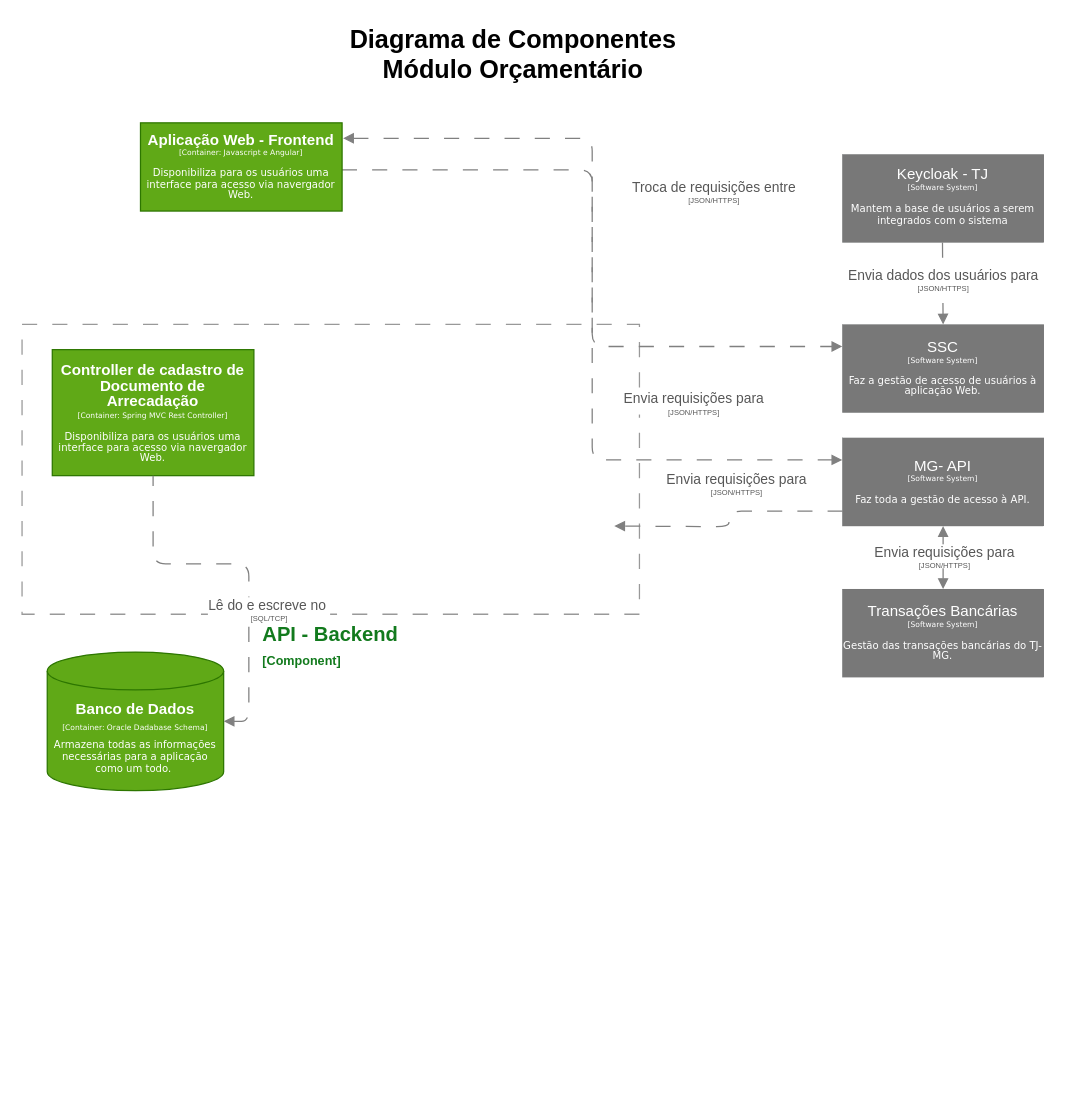
vitorecdias/drawio keeps this draw.io diagram as drawio/Diagrama Components v1.drawio. Above is the earlier version. Source tidied: cells renumbered, new cells numbered last; positions are measured from the earlier drawing's top-left corner, leaving out a move shared by most shapes. Both pictures are drawn from the tidied source at 126%, with x=0, y=0 at pixel (21, 21).
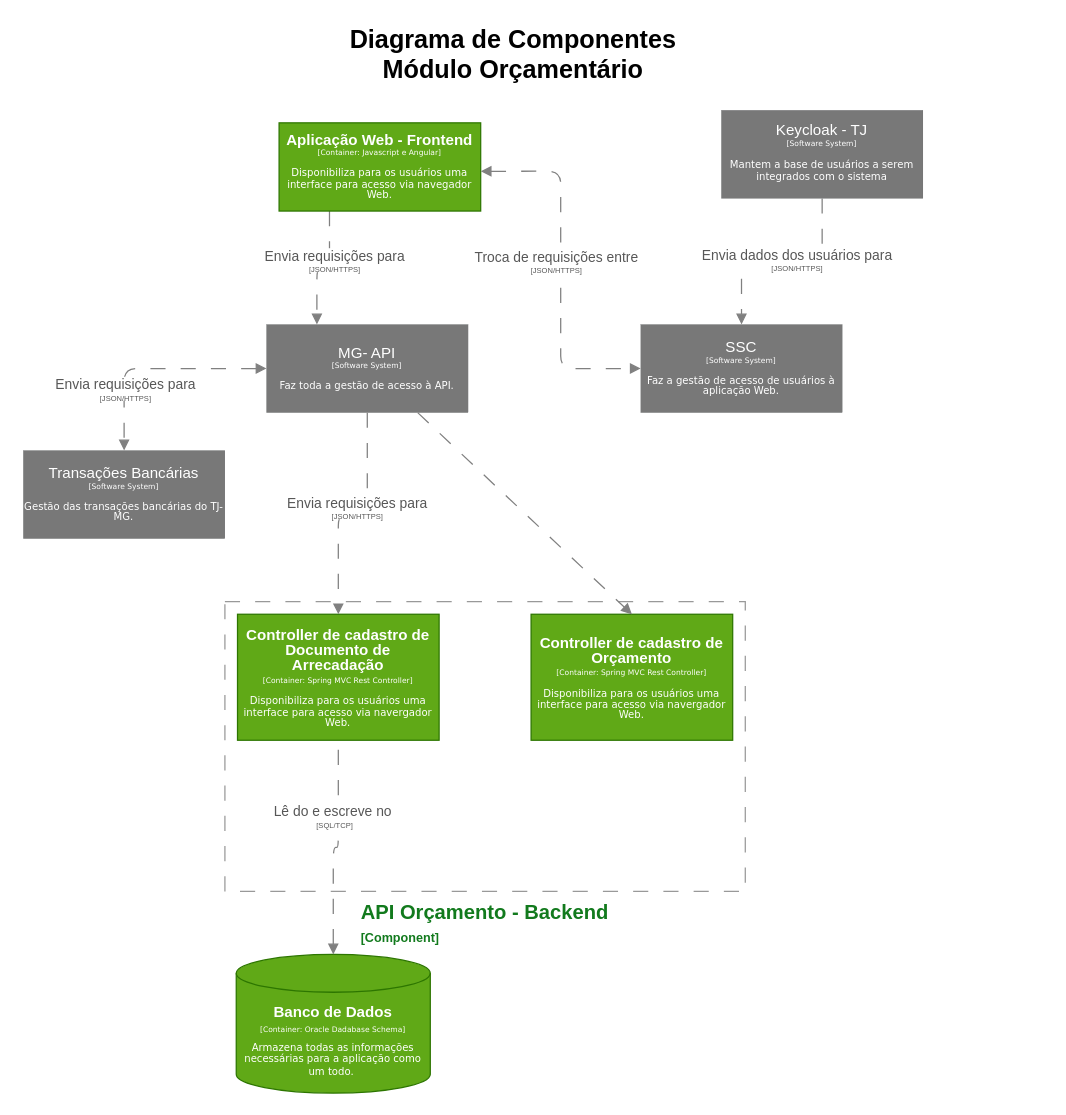
The same diagram, later.

Diff of the diagram source:
```diff
@@
-    <mxCell id="3" value="&lt;font style=&quot;color: rgb(18, 122, 29);&quot;&gt;API - Backend&lt;br&gt;&lt;/font&gt;&lt;div style=&quot;text-align: left;&quot;&gt;&lt;span style=&quot;font-size: 10px; background-color: transparent;&quot;&gt;&lt;font style=&quot;color: rgb(18, 122, 29);&quot;&gt;[Component]&lt;/font&gt;&lt;/span&gt;&lt;/div&gt;" style="rounded=0;whiteSpace=wrap;html=1;imageVerticalAlign=middle;labelPosition=center;verticalLabelPosition=bottom;align=center;verticalAlign=top;fontSize=16;fontStyle=1;fillColor=none;dashed=1;dashPattern=12 12;strokeColor=#999999;" parent="1" vertex="1">
-      <mxGeometry y="240" width="490" height="230" as="geometry" />
+    <mxCell id="3" value="&lt;font style=&quot;color: rgb(18, 122, 29);&quot;&gt;API Orçamento - Backend&lt;br&gt;&lt;/font&gt;&lt;div style=&quot;text-align: left;&quot;&gt;&lt;span style=&quot;font-size: 10px; background-color: transparent;&quot;&gt;&lt;font style=&quot;color: rgb(18, 122, 29);&quot;&gt;[Component]&lt;/font&gt;&lt;/span&gt;&lt;/div&gt;" style="rounded=0;whiteSpace=wrap;html=1;imageVerticalAlign=middle;labelPosition=center;verticalLabelPosition=bottom;align=center;verticalAlign=top;fontSize=16;fontStyle=1;fillColor=none;dashed=1;dashPattern=12 12;strokeColor=#999999;" parent="1" vertex="1">
+      <mxGeometry x="161" y="460" width="413" height="230" as="geometry" />
     </mxCell>
-    <mxCell id="4" style="edgeStyle=orthogonalEdgeStyle;rounded=1;jettySize=auto;html=1;curved=0;strokeColor=light-dark(#808080, #ededed);dashed=1;dashPattern=12 12;entryX=0;entryY=0.25;entryDx=0;entryDy=0;endArrow=block;endFill=1;exitX=0.999;exitY=0.534;exitDx=0;exitDy=0;exitPerimeter=0;" parent="1" edge="1" source="6" target="10">
+    <mxCell id="4" style="edgeStyle=orthogonalEdgeStyle;rounded=1;jettySize=auto;html=1;curved=0;strokeColor=light-dark(#808080, #ededed);dashed=1;dashPattern=12 12;entryX=0.25;entryY=0;entryDx=0;entryDy=0;endArrow=block;endFill=1;exitX=0.25;exitY=1;exitDx=0;exitDy=0;" parent="1" edge="1" source="6" target="10">
       <mxGeometry relative="1" as="geometry" />
     </mxCell>
     <mxCell id="5" value="&lt;font style=&quot;color: rgb(87, 87, 87); line-height: 50%;&quot;&gt;Envia requisições para&lt;/font&gt;&lt;div style=&quot;line-height: 50%;&quot;&gt;&lt;font style=&quot;font-size: 6px; color: rgb(87, 87, 87); line-height: 50%;&quot;&gt;[JSON/HTTPS]&lt;/font&gt;&lt;/div&gt;" style="edgeLabel;html=1;align=center;verticalAlign=middle;" parent="4" vertex="1">
       <mxGeometry x="-0.14" relative="1" as="geometry">
-        <mxPoint x="80" y="113" as="offset" />
+        <mxPoint x="3" y="-5" as="offset" />
       </mxGeometry>
     </mxCell>
-    <mxCell id="6" value="&lt;div style=&quot;line-height: 70%;&quot;&gt;&lt;font&gt;&lt;b&gt;Aplicação Web - Frontend&lt;/b&gt;&lt;/font&gt;&lt;div&gt;&lt;font face=&quot;Verdana&quot; style=&quot;font-size: 6px; line-height: 70%;&quot;&gt;[Container: Javascript e Angular]&lt;/font&gt;&lt;/div&gt;&lt;div&gt;&lt;font face=&quot;Verdana&quot; style=&quot;font-size: 6px; line-height: 70%;&quot;&gt;&lt;br&gt;&lt;/font&gt;&lt;/div&gt;&lt;div&gt;&lt;font face=&quot;Verdana&quot; style=&quot;line-height: 70%; font-size: 8px;&quot;&gt;Disponibiliza para os usuários uma interface para acesso via navergador Web.&lt;/font&gt;&lt;/div&gt;&lt;/div&gt;" style="rounded=0;whiteSpace=wrap;html=1;fillColor=#60a917;fontColor=#ffffff;strokeColor=#2D7600;" parent="1" vertex="1">
-      <mxGeometry x="94" y="80" width="160" height="70" as="geometry" />
+    <mxCell id="6" value="&lt;div style=&quot;line-height: 70%;&quot;&gt;&lt;font&gt;&lt;b&gt;Aplicação Web - Frontend&lt;/b&gt;&lt;/font&gt;&lt;div&gt;&lt;font face=&quot;Verdana&quot; style=&quot;font-size: 6px; line-height: 70%;&quot;&gt;[Container: Javascript e Angular]&lt;/font&gt;&lt;/div&gt;&lt;div&gt;&lt;font face=&quot;Verdana&quot; style=&quot;font-size: 6px; line-height: 70%;&quot;&gt;&lt;br&gt;&lt;/font&gt;&lt;/div&gt;&lt;div&gt;&lt;font face=&quot;Verdana&quot; style=&quot;line-height: 70%; font-size: 8px;&quot;&gt;Disponibiliza para os usuários uma interface para acesso via navegador Web.&lt;/font&gt;&lt;/div&gt;&lt;/div&gt;" style="rounded=0;whiteSpace=wrap;html=1;fillColor=#60a917;fontColor=#ffffff;strokeColor=#2D7600;" parent="1" vertex="1">
+      <mxGeometry x="204" y="80" width="160" height="70" as="geometry" />
     </mxCell>
     <mxCell id="7" value="&lt;div style=&quot;line-height: 70%;&quot;&gt;&lt;b style=&quot;line-height: 100%;&quot;&gt;Controller de cadastro de Documento de Arrecadação&lt;/b&gt;&lt;br&gt;&lt;div&gt;&lt;font face=&quot;Verdana&quot; style=&quot;font-size: 6px; line-height: 70%;&quot;&gt;[Container: Spring MVC Rest Controller]&lt;/font&gt;&lt;/div&gt;&lt;div&gt;&lt;font face=&quot;Verdana&quot; style=&quot;font-size: 6px; line-height: 70%;&quot;&gt;&lt;br&gt;&lt;/font&gt;&lt;/div&gt;&lt;div&gt;&lt;font face=&quot;Verdana&quot; style=&quot;line-height: 70%; font-size: 8px;&quot;&gt;Disponibiliza para os usuários uma interface para acesso via navergador Web.&lt;/font&gt;&lt;/div&gt;&lt;/div&gt;" style="rounded=0;whiteSpace=wrap;html=1;fillColor=#60a917;fontColor=#ffffff;strokeColor=#2D7600;" parent="1" vertex="1">
-      <mxGeometry x="24" y="260" width="160" height="100" as="geometry" />
+      <mxGeometry x="171" y="470" width="160" height="100" as="geometry" />
     </mxCell>
     <mxCell id="8" value="&lt;div style=&quot;line-height: 70%;&quot;&gt;SSC&lt;br&gt;&lt;div&gt;&lt;font style=&quot;font-size: 6px; line-height: 70%;&quot; face=&quot;Verdana&quot;&gt;[Software System]&lt;/font&gt;&lt;/div&gt;&lt;div&gt;&lt;font style=&quot;font-size: 6px; line-height: 70%;&quot; face=&quot;Verdana&quot;&gt;&lt;br&gt;&lt;/font&gt;&lt;/div&gt;&lt;div&gt;&lt;font style=&quot;line-height: 70%; font-size: 8px;&quot; face=&quot;Verdana&quot;&gt;Faz a gestão de acesso de usuários à aplicação Web.&lt;/font&gt;&lt;/div&gt;&lt;/div&gt;" style="rounded=0;whiteSpace=wrap;html=1;fillColor=light-dark(#787878, #515151);strokeColor=#36393d;fontColor=#FFFFFF;strokeWidth=0;" parent="1" vertex="1">
-      <mxGeometry x="651" y="240" width="160" height="70" as="geometry" />
+      <mxGeometry x="491" y="240" width="160" height="70" as="geometry" />
     </mxCell>
     <mxCell id="9" value="&lt;font style=&quot;line-height: 80%;&quot; face=&quot;Helvetica&quot;&gt;&lt;b&gt;Banco de Dados&lt;/b&gt;&lt;/font&gt;&lt;div style=&quot;line-height: 80%;&quot;&gt;&lt;font style=&quot;font-size: 6px; line-height: 80%;&quot; face=&quot;Verdana&quot;&gt;[Container: Oracle Dadabase Schema]&lt;/font&gt;&lt;/div&gt;&lt;div style=&quot;line-height: 40%;&quot;&gt;&lt;font style=&quot;font-size: 6px; line-height: 40%;&quot; face=&quot;Verdana&quot;&gt;&lt;br&gt;&lt;/font&gt;&lt;/div&gt;&lt;div style=&quot;line-height: 80%;&quot;&gt;&lt;font face=&quot;Verdana&quot; style=&quot;font-size: 8px; line-height: 80%;&quot;&gt;Armazena todas as informações necessárias para a aplicação como um todo.&amp;nbsp;&lt;/font&gt;&lt;/div&gt;" style="shape=cylinder3;whiteSpace=wrap;html=1;boundedLbl=1;backgroundOutline=1;size=15;fontColor=#ffffff;fillColor=#60a917;strokeColor=#2D7600;" parent="1" vertex="1">
-      <mxGeometry x="20" y="500" width="140" height="110" as="geometry" />
+      <mxGeometry x="170" y="740" width="154" height="110" as="geometry" />
     </mxCell>
     <mxCell id="10" value="&lt;div style=&quot;line-height: 70%;&quot;&gt;&lt;div&gt;&lt;font style=&quot;line-height: 70%;&quot;&gt;MG- API&lt;/font&gt;&lt;/div&gt;&lt;div&gt;&lt;font style=&quot;font-size: 6px; line-height: 70%;&quot; face=&quot;Verdana&quot;&gt;[Software System]&lt;/font&gt;&lt;/div&gt;&lt;div&gt;&lt;font style=&quot;font-size: 6px; line-height: 70%;&quot; face=&quot;Verdana&quot;&gt;&lt;br&gt;&lt;/font&gt;&lt;/div&gt;&lt;div&gt;&lt;font style=&quot;line-height: 70%; font-size: 8px;&quot; face=&quot;Verdana&quot;&gt;Faz toda a gestão de acesso à API.&lt;/font&gt;&lt;/div&gt;&lt;/div&gt;" style="rounded=0;whiteSpace=wrap;html=1;fillColor=light-dark(#787878, #515151);strokeColor=#36393d;fontColor=#FFFFFF;strokeWidth=0;" parent="1" vertex="1">
-      <mxGeometry x="651" y="330" width="160" height="70" as="geometry" />
+      <mxGeometry x="194" y="240" width="160" height="70" as="geometry" />
     </mxCell>
     <mxCell id="11" value="&lt;div style=&quot;line-height: 70%;&quot;&gt;&lt;div&gt;&lt;font style=&quot;line-height: 70%;&quot;&gt;Transações Bancárias&lt;/font&gt;&lt;/div&gt;&lt;div&gt;&lt;font style=&quot;font-size: 6px; line-height: 70%;&quot; face=&quot;Verdana&quot;&gt;[Software System]&lt;/font&gt;&lt;/div&gt;&lt;div&gt;&lt;font style=&quot;font-size: 6px; line-height: 70%;&quot; face=&quot;Verdana&quot;&gt;&lt;br&gt;&lt;/font&gt;&lt;/div&gt;&lt;div&gt;&lt;font style=&quot;line-height: 70%; font-size: 8px;&quot; face=&quot;Verdana&quot;&gt;Gestão das transações bancárias do TJ-MG.&lt;/font&gt;&lt;/div&gt;&lt;/div&gt;" style="rounded=0;whiteSpace=wrap;html=1;fillColor=light-dark(#787878, #515151);strokeColor=#36393d;fontColor=#FFFFFF;strokeWidth=0;" parent="1" vertex="1">
-      <mxGeometry x="651" y="450" width="160" height="70" as="geometry" />
+      <mxGeometry x="1" y="340" width="160" height="70" as="geometry" />
     </mxCell>
-    <mxCell id="12" style="edgeStyle=orthogonalEdgeStyle;rounded=1;jettySize=auto;html=1;curved=0;strokeColor=light-dark(#808080, #ededed);dashed=1;dashPattern=12 12;entryX=1;entryY=0.5;entryDx=0;entryDy=0;exitX=0.002;exitY=0.832;exitDx=0;exitDy=0;endArrow=block;endFill=1;exitPerimeter=0;" parent="1" edge="1" source="10">
-      <mxGeometry relative="1" as="geometry">
-        <mxPoint x="470" y="400" as="targetPoint" />
-      </mxGeometry>
+    <mxCell id="12" style="edgeStyle=orthogonalEdgeStyle;rounded=1;jettySize=auto;html=1;curved=0;strokeColor=light-dark(#808080, #ededed);dashed=1;dashPattern=12 12;exitX=0.5;exitY=1;exitDx=0;exitDy=0;endArrow=block;endFill=1;" parent="1" edge="1" source="10" target="7">
+      <mxGeometry relative="1" as="geometry" />
     </mxCell>
     <mxCell id="13" value="&lt;font style=&quot;color: rgb(87, 87, 87); line-height: 50%;&quot;&gt;Envia requisições para&lt;/font&gt;&lt;div style=&quot;line-height: 50%;&quot;&gt;&lt;font style=&quot;font-size: 6px; color: rgb(87, 87, 87); line-height: 50%;&quot;&gt;[JSON/HTTPS]&lt;/font&gt;&lt;/div&gt;" style="edgeLabel;html=1;align=center;verticalAlign=middle;" parent="12" vertex="1">
       <mxGeometry x="-0.14" relative="1" as="geometry">
-        <mxPoint x="-2" y="-23" as="offset" />
+        <mxPoint x="-9" y="-5" as="offset" />
       </mxGeometry>
     </mxCell>
-    <mxCell id="14" style="edgeStyle=orthogonalEdgeStyle;rounded=1;jettySize=auto;html=1;curved=0;strokeColor=light-dark(#808080, #ededed);dashed=1;dashPattern=12 12;entryX=0.5;entryY=0;entryDx=0;entryDy=0;exitX=0.5;exitY=1;exitDx=0;exitDy=0;endArrow=block;endFill=1;startArrow=block;startFill=1;" parent="1" edge="1" source="10" target="11">
+    <mxCell id="14" style="edgeStyle=orthogonalEdgeStyle;rounded=1;jettySize=auto;html=1;curved=0;strokeColor=light-dark(#808080, #ededed);dashed=1;dashPattern=12 12;entryX=0.5;entryY=0;entryDx=0;entryDy=0;exitX=0;exitY=0.5;exitDx=0;exitDy=0;endArrow=block;endFill=1;startArrow=block;startFill=1;" parent="1" edge="1" source="10" target="11">
       <mxGeometry relative="1" as="geometry" />
     </mxCell>
     <mxCell id="15" value="&lt;font style=&quot;color: rgb(87, 87, 87); line-height: 50%;&quot;&gt;Envia requisições para&lt;/font&gt;&lt;div style=&quot;line-height: 50%;&quot;&gt;&lt;font style=&quot;font-size: 6px; color: rgb(87, 87, 87); line-height: 50%;&quot;&gt;[JSON/HTTPS]&lt;/font&gt;&lt;/div&gt;" style="edgeLabel;html=1;align=center;verticalAlign=middle;" parent="14" vertex="1">
       <mxGeometry x="-0.14" relative="1" as="geometry">
-        <mxPoint y="1" as="offset" />
+        <mxPoint x="-36" y="15" as="offset" />
       </mxGeometry>
     </mxCell>
-    <mxCell id="16" style="edgeStyle=orthogonalEdgeStyle;rounded=1;jettySize=auto;html=1;curved=0;strokeColor=light-dark(#808080, #ededed);dashed=1;dashPattern=12 12;entryX=0.5;entryY=1;entryDx=0;entryDy=0;exitX=1;exitY=0.5;exitDx=0;exitDy=0;endArrow=none;endFill=1;startArrow=block;startFill=1;exitPerimeter=0;" parent="1" edge="1" source="9" target="7">
+    <mxCell id="16" style="edgeStyle=orthogonalEdgeStyle;rounded=1;jettySize=auto;html=1;curved=0;strokeColor=light-dark(#808080, #ededed);dashed=1;dashPattern=12 12;entryX=0.5;entryY=1;entryDx=0;entryDy=0;exitX=0.5;exitY=0;exitDx=0;exitDy=0;endArrow=none;endFill=1;startArrow=block;startFill=1;exitPerimeter=0;" parent="1" edge="1" source="9" target="7">
       <mxGeometry relative="1" as="geometry" />
     </mxCell>
     <mxCell id="17" value="&lt;font style=&quot;color: rgb(87, 87, 87); line-height: 50%;&quot;&gt;Lê do e escreve no&amp;nbsp;&lt;/font&gt;&lt;div style=&quot;line-height: 50%;&quot;&gt;&lt;font style=&quot;font-size: 6px; color: rgb(87, 87, 87); line-height: 50%;&quot;&gt;[SQL/TCP]&lt;/font&gt;&lt;/div&gt;" style="edgeLabel;html=1;align=center;verticalAlign=middle;" parent="16" vertex="1">
       <mxGeometry x="-0.14" relative="1" as="geometry">
-        <mxPoint x="15" y="15" as="offset" />
+        <mxPoint y="-36" as="offset" />
       </mxGeometry>
     </mxCell>
-    <mxCell id="18" style="edgeStyle=orthogonalEdgeStyle;rounded=1;jettySize=auto;html=1;curved=0;strokeColor=light-dark(#808080, #ededed);dashed=1;dashPattern=12 12;entryX=0;entryY=0.25;entryDx=0;entryDy=0;exitX=1.005;exitY=0.175;exitDx=0;exitDy=0;endArrow=block;endFill=1;startArrow=block;startFill=1;exitPerimeter=0;" parent="1" edge="1" source="6" target="8">
+    <mxCell id="18" style="edgeStyle=orthogonalEdgeStyle;rounded=1;jettySize=auto;html=1;curved=0;strokeColor=light-dark(#808080, #ededed);dashed=1;dashPattern=12 12;exitX=1;exitY=0.549;exitDx=0;exitDy=0;endArrow=block;endFill=1;startArrow=block;startFill=1;exitPerimeter=0;entryX=0;entryY=0.5;entryDx=0;entryDy=0;" parent="1" edge="1" source="6" target="8">
       <mxGeometry relative="1" as="geometry" />
     </mxCell>
     <mxCell id="19" value="&lt;font style=&quot;color: rgb(87, 87, 87); line-height: 50%;&quot;&gt;Troca de requisições entre&lt;/font&gt;&lt;div style=&quot;line-height: 50%;&quot;&gt;&lt;font style=&quot;font-size: 6px; color: rgb(87, 87, 87); line-height: 50%;&quot;&gt;[JSON/HTTPS]&lt;/font&gt;&lt;/div&gt;" style="edgeLabel;html=1;align=center;verticalAlign=middle;" parent="18" vertex="1">
       <mxGeometry x="-0.14" relative="1" as="geometry">
-        <mxPoint x="96" y="-2" as="offset" />
+        <mxPoint x="-4" y="13" as="offset" />
       </mxGeometry>
     </mxCell>
     <mxCell id="20" value="&lt;div style=&quot;line-height: 70%;&quot;&gt;Keycloak - TJ&lt;br&gt;&lt;div&gt;&lt;font style=&quot;font-size: 6px; line-height: 70%;&quot; face=&quot;Verdana&quot;&gt;[Software System]&lt;/font&gt;&lt;/div&gt;&lt;div&gt;&lt;font style=&quot;font-size: 6px; line-height: 70%;&quot; face=&quot;Verdana&quot;&gt;&lt;br&gt;&lt;/font&gt;&lt;/div&gt;&lt;div&gt;&lt;font face=&quot;Verdana&quot;&gt;&lt;span style=&quot;font-size: 8px;&quot;&gt;Mantem a base de usuários a serem integrados com o sistema&lt;/span&gt;&lt;/font&gt;&lt;/div&gt;&lt;/div&gt;" style="rounded=0;whiteSpace=wrap;html=1;fillColor=light-dark(#787878, #515151);strokeColor=#36393d;fontColor=#FFFFFF;strokeWidth=0;" parent="1" vertex="1">
-      <mxGeometry x="651" y="105" width="160" height="70" as="geometry" />
+      <mxGeometry x="555" y="70" width="160" height="70" as="geometry" />
     </mxCell>
-    <mxCell id="21" style="edgeStyle=orthogonalEdgeStyle;rounded=1;jettySize=auto;html=1;curved=0;strokeColor=light-dark(#808080, #ededed);dashed=1;dashPattern=12 12;exitX=0.5;exitY=1;exitDx=0;exitDy=0;endArrow=block;endFill=1;startArrow=none;startFill=0;entryX=0.5;entryY=0;entryDx=0;entryDy=0;" parent="1" edge="1" target="8">
-      <mxGeometry relative="1" as="geometry">
-        <mxPoint x="730.5" y="175" as="sourcePoint" />
-      </mxGeometry>
+    <mxCell id="21" style="edgeStyle=orthogonalEdgeStyle;rounded=1;jettySize=auto;html=1;curved=0;strokeColor=light-dark(#808080, #ededed);dashed=1;dashPattern=12 12;exitX=0.5;exitY=1;exitDx=0;exitDy=0;endArrow=block;endFill=1;startArrow=none;startFill=0;entryX=0.5;entryY=0;entryDx=0;entryDy=0;" parent="1" edge="1" source="20" target="8">
+      <mxGeometry relative="1" as="geometry" />
     </mxCell>
     <mxCell id="22" value="&lt;font style=&quot;color: rgb(87, 87, 87); line-height: 50%;&quot;&gt;Envia dados dos usuários para&lt;/font&gt;&lt;div style=&quot;line-height: 50%;&quot;&gt;&lt;font style=&quot;font-size: 6px; color: rgb(87, 87, 87); line-height: 50%;&quot;&gt;[JSON/HTTPS]&lt;/font&gt;&lt;/div&gt;" style="edgeLabel;html=1;align=center;verticalAlign=middle;" parent="21" vertex="1">
       <mxGeometry x="-0.14" relative="1" as="geometry">
-        <mxPoint y="1" as="offset" />
+        <mxPoint y="-3" as="offset" />
       </mxGeometry>
     </mxCell>
+    <mxCell id="23" value="&lt;div style=&quot;line-height: 70%;&quot;&gt;&lt;b style=&quot;line-height: 100%;&quot;&gt;Controller de cadastro de Orçamento&lt;/b&gt;&lt;br&gt;&lt;div&gt;&lt;font face=&quot;Verdana&quot; style=&quot;font-size: 6px; line-height: 70%;&quot;&gt;[Container: Spring MVC Rest Controller]&lt;/font&gt;&lt;/div&gt;&lt;div&gt;&lt;font face=&quot;Verdana&quot; style=&quot;font-size: 6px; line-height: 70%;&quot;&gt;&lt;br&gt;&lt;/font&gt;&lt;/div&gt;&lt;div&gt;&lt;font face=&quot;Verdana&quot; style=&quot;line-height: 70%; font-size: 8px;&quot;&gt;Disponibiliza para os usuários uma interface para acesso via navergador Web.&lt;/font&gt;&lt;/div&gt;&lt;/div&gt;" style="rounded=0;whiteSpace=wrap;html=1;fillColor=#60a917;fontColor=#ffffff;strokeColor=#2D7600;" parent="1" vertex="1">
+      <mxGeometry x="404" y="470" width="160" height="100" as="geometry" />
+    </mxCell>
+    <mxCell id="24" style="endArrow=block;html=1;rounded=0;exitX=0.75;exitY=1;exitDx=0;exitDy=0;entryX=0.5;entryY=0;entryDx=0;entryDy=0;strokeColor=#808080;dashed=1;dashPattern=12 12;endFill=1;" parent="1" edge="1" source="10" target="23">
+      <mxGeometry relative="1" as="geometry" />
+    </mxCell>
```
